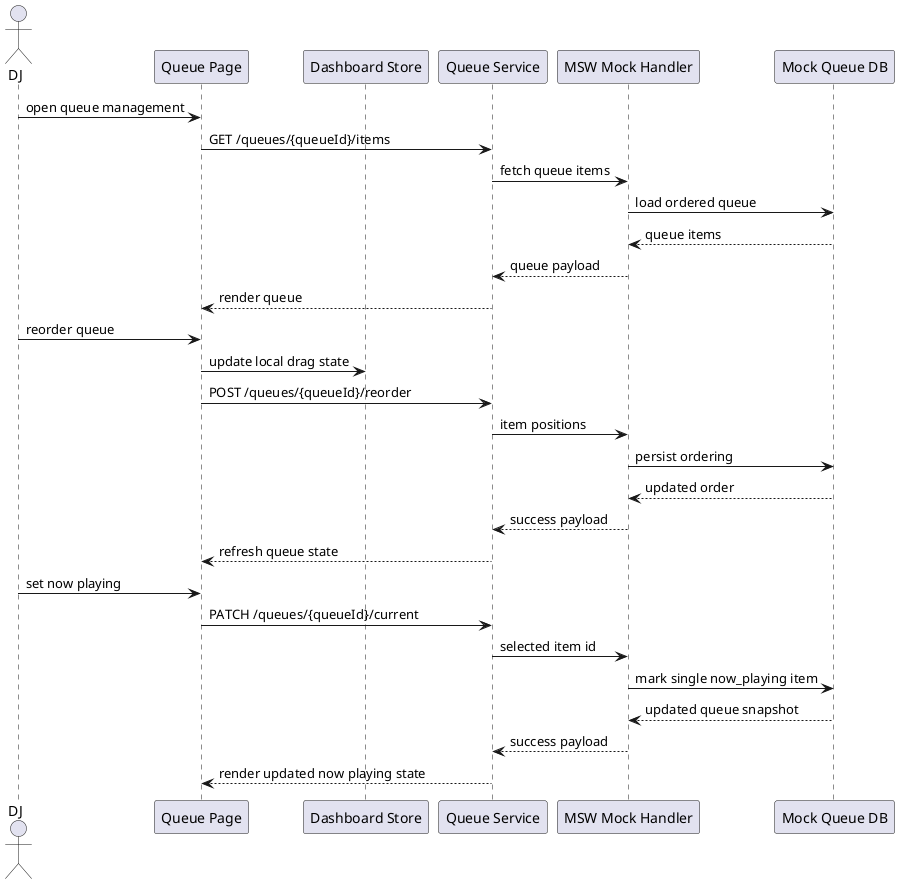
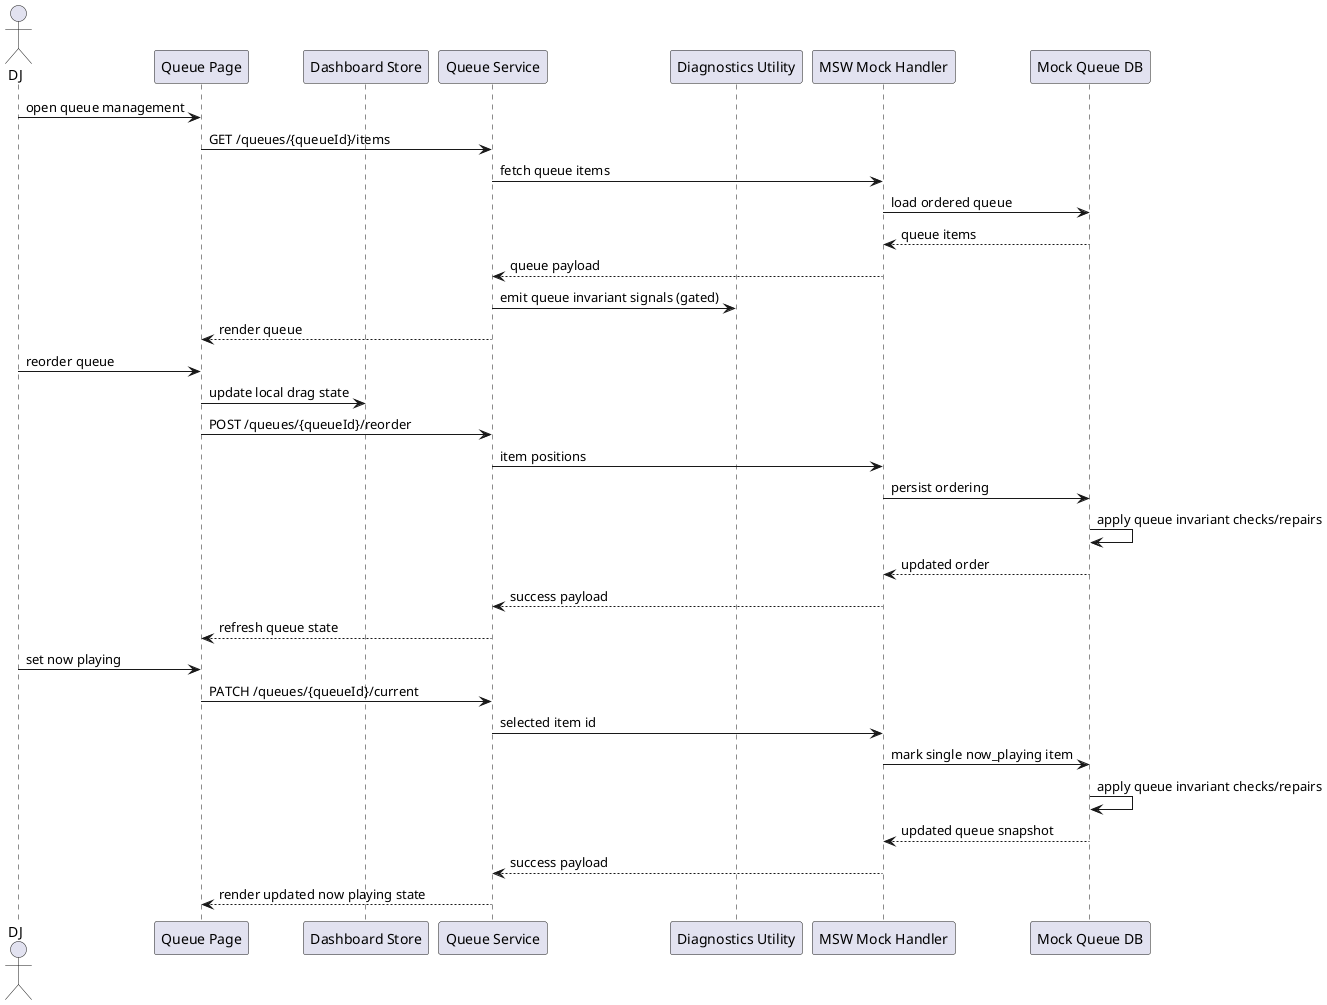
@startuml
actor DJ
participant "Queue Page" as Page
participant "Dashboard Store" as Store
participant "Queue Service" as Service
+ participant "Diagnostics Utility" as Diagnostics
participant "MSW Mock Handler" as MSW
participant "Mock Queue DB" as DB

DJ -> Page : open queue management
Page -> Service : GET /queues/{queueId}/items
Service -> MSW : fetch queue items
MSW -> DB : load ordered queue
DB --> MSW : queue items
MSW --> Service : queue payload
+ Service -> Diagnostics : emit queue invariant signals (gated)
Service --> Page : render queue

DJ -> Page : reorder queue
Page -> Store : update local drag state
Page -> Service : POST /queues/{queueId}/reorder
Service -> MSW : item positions
MSW -> DB : persist ordering
+ DB -> DB : apply queue invariant checks/repairs
DB --> MSW : updated order
MSW --> Service : success payload
Service --> Page : refresh queue state

DJ -> Page : set now playing
Page -> Service : PATCH /queues/{queueId}/current
Service -> MSW : selected item id
MSW -> DB : mark single now_playing item
+ DB -> DB : apply queue invariant checks/repairs
DB --> MSW : updated queue snapshot
MSW --> Service : success payload
Service --> Page : render updated now playing state
@enduml
